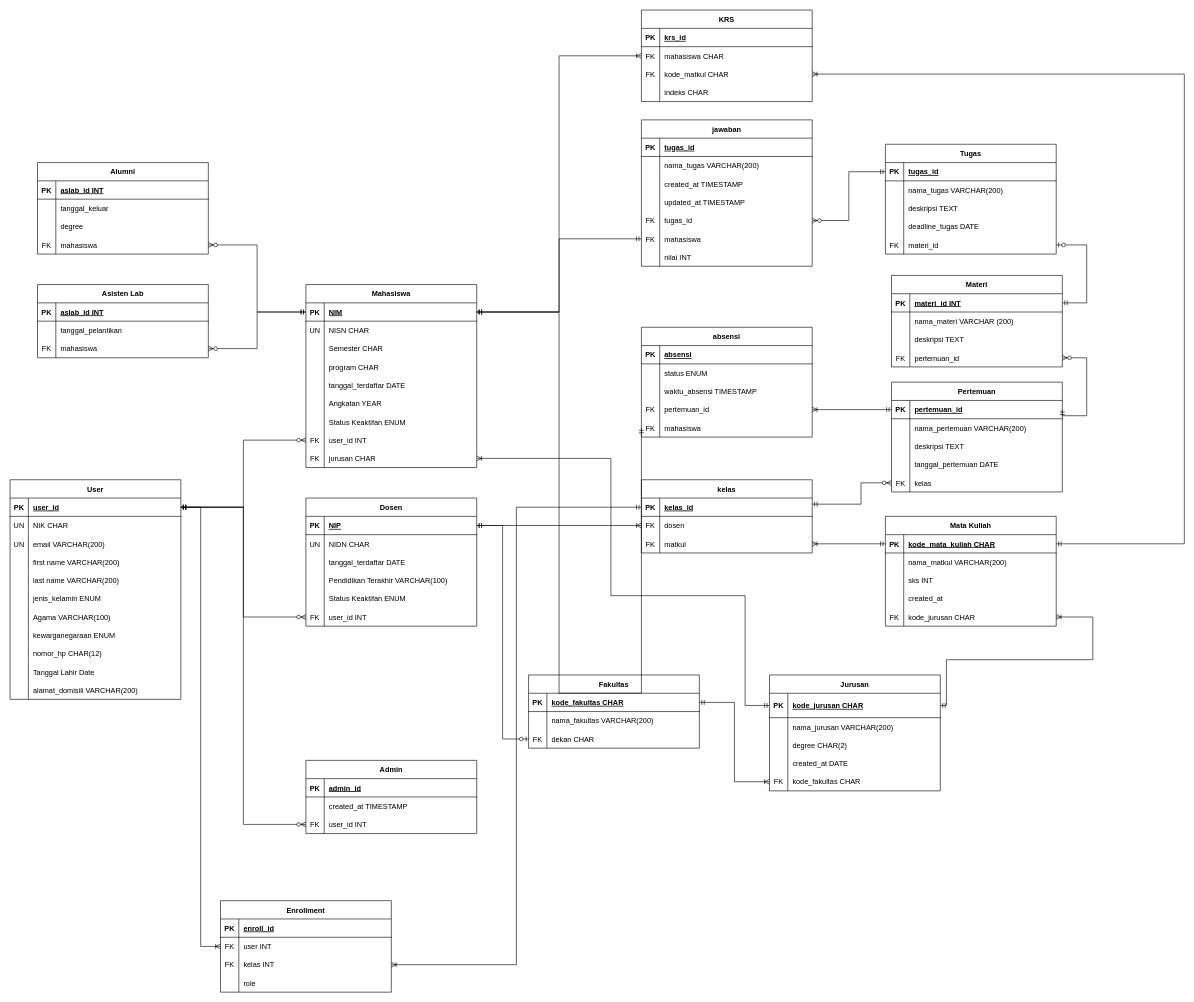
Earlier version of the draw.io diagram Database/newRelationship.drawio (DzakiyDzakwan/TubesSBD). Source tidied: cells renumbered, new cells numbered last; positions are measured from the earlier drawing's top-left corner, leaving out a move shared by most shapes. Both pictures are drawn from the tidied source at 61%, with x=0, y=0 at pixel (10, 10).
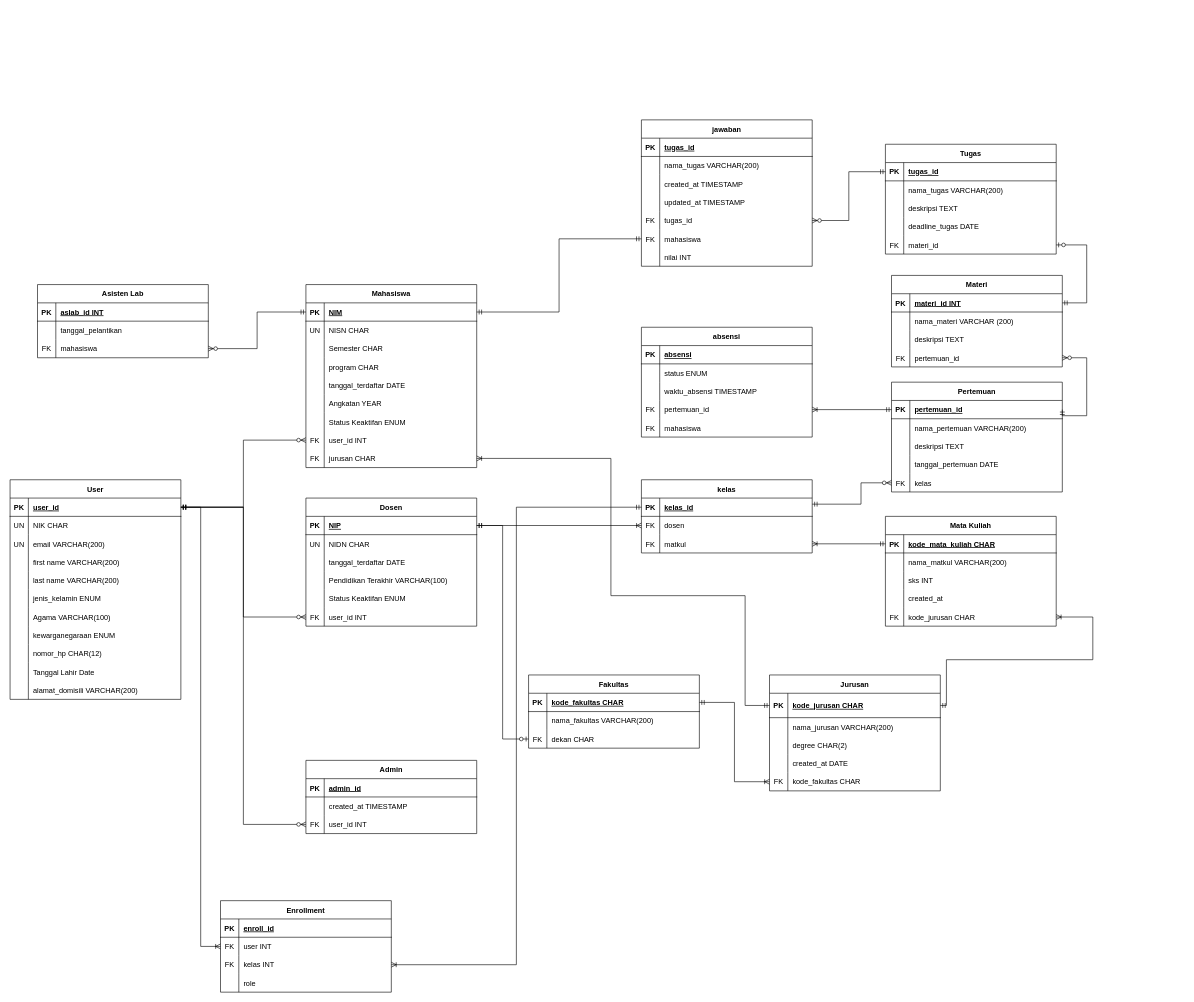
The same diagram, later.

Unchanged cells that the change refers to:
```xml
<mxCell id="56" style="shape=partialRectangle;fillColor=none;points=[[0,0.5],[1,0.5]];portConstraint=eastwest;top=0;left=0;right=0;bottom=1;" parent="55" vertex="1">
  <mxGeometry y="30" width="280" height="30" as="geometry" />
</mxCell>
<mxCell id="139" style="shape=partialRectangle;fillColor=none;points=[[0,0.5],[1,0.5]];portConstraint=eastwest;top=0;left=0;right=0;bottom=1;" parent="138" vertex="1">
  <mxGeometry y="30" width="280" height="30" as="geometry" />
</mxCell>
<mxCell id="206" style="shape=partialRectangle;fillColor=none;points=[[0,0.5],[1,0.5]];portConstraint=eastwest;top=0;left=0;right=0;bottom=0;" parent="193" vertex="1">
  <mxGeometry y="150" width="280" height="30" as="geometry" />
</mxCell>
```

Change to the diagram source:
```diff
@@
-    <mxCell id="180" value="Alumni" style="shape=table;startSize=30;childLayout=tableLayout;rowLines=0;fontStyle=1;align=center;" parent="1" vertex="1">
-      <mxGeometry x="45" y="250" width="280" height="150" as="geometry" />
-    </mxCell>
-    <mxCell id="181" style="shape=partialRectangle;fillColor=none;top=0;left=0;right=0;bottom=1;" parent="180" vertex="1">
-      <mxGeometry y="30" width="280" height="30" as="geometry" />
-    </mxCell>
-    <mxCell id="182" value="PK" style="shape=partialRectangle;overflow=hidden;fillColor=none;top=0;left=0;bottom=0;right=0;fontStyle=1;" parent="181" vertex="1">
-      <mxGeometry width="30" height="30" as="geometry" />
-    </mxCell>
-    <mxCell id="183" value="aslab_id INT" style="shape=partialRectangle;overflow=hidden;fillColor=none;top=0;left=0;bottom=0;right=0;align=left;spacingLeft=6;fontStyle=5;" parent="181" vertex="1">
-      <mxGeometry x="30" width="250" height="30" as="geometry" />
-    </mxCell>
-    <mxCell id="184" style="shape=partialRectangle;fillColor=none;top=0;left=0;right=0;bottom=0;" parent="180" vertex="1">
-      <mxGeometry y="60" width="280" height="30" as="geometry" />
-    </mxCell>
-    <mxCell id="185" style="shape=partialRectangle;overflow=hidden;fillColor=none;top=0;left=0;bottom=0;right=0;" parent="184" vertex="1">
-      <mxGeometry width="30" height="30" as="geometry" />
-    </mxCell>
-    <mxCell id="186" value="tanggal_keluar" style="shape=partialRectangle;overflow=hidden;fillColor=none;top=0;left=0;bottom=0;right=0;align=left;spacingLeft=6;" parent="184" vertex="1">
-      <mxGeometry x="30" width="250" height="30" as="geometry" />
-    </mxCell>
-    <mxCell id="187" style="shape=partialRectangle;fillColor=none;top=0;left=0;right=0;bottom=0;" parent="180" vertex="1">
-      <mxGeometry y="90" width="280" height="30" as="geometry" />
-    </mxCell>
-    <mxCell id="188" style="shape=partialRectangle;overflow=hidden;fillColor=none;top=0;left=0;bottom=0;right=0;" parent="187" vertex="1">
-      <mxGeometry width="30" height="30" as="geometry" />
-    </mxCell>
-    <mxCell id="189" value="degree" style="shape=partialRectangle;overflow=hidden;fillColor=none;top=0;left=0;bottom=0;right=0;align=left;spacingLeft=6;" parent="187" vertex="1">
-      <mxGeometry x="30" width="250" height="30" as="geometry" />
-    </mxCell>
-    <mxCell id="190" style="shape=partialRectangle;fillColor=none;points=[[0,0.5],[1,0.5]];portConstraint=eastwest;top=0;left=0;right=0;bottom=0;" parent="180" vertex="1">
-      <mxGeometry y="120" width="280" height="30" as="geometry" />
-    </mxCell>
-    <mxCell id="191" value="FK" style="shape=partialRectangle;overflow=hidden;fillColor=none;top=0;left=0;bottom=0;right=0;" parent="190" vertex="1">
-      <mxGeometry width="30" height="30" as="geometry" />
-    </mxCell>
-    <mxCell id="192" value="mahasiswa" style="shape=partialRectangle;overflow=hidden;fillColor=none;top=0;left=0;bottom=0;right=0;align=left;spacingLeft=6;" parent="190" vertex="1">
-      <mxGeometry x="30" width="250" height="30" as="geometry" />
-    </mxCell>
@@
-    <mxCell id="222" value="KRS" style="shape=table;startSize=30;childLayout=tableLayout;rowLines=0;fontStyle=1;align=center;" parent="1" vertex="1">
-      <mxGeometry x="1035" width="280" height="150" as="geometry" />
-    </mxCell>
-    <mxCell id="223" style="shape=partialRectangle;fillColor=none;top=0;left=0;right=0;bottom=1;" parent="222" vertex="1">
-      <mxGeometry y="30" width="280" height="30" as="geometry" />
-    </mxCell>
-    <mxCell id="224" value="PK" style="shape=partialRectangle;overflow=hidden;fillColor=none;top=0;left=0;bottom=0;right=0;fontStyle=1;" parent="223" vertex="1">
-      <mxGeometry width="30" height="30" as="geometry" />
-    </mxCell>
-    <mxCell id="225" value="krs_id" style="shape=partialRectangle;overflow=hidden;fillColor=none;top=0;left=0;bottom=0;right=0;align=left;spacingLeft=6;fontStyle=5;" parent="223" vertex="1">
-      <mxGeometry x="30" width="250" height="30" as="geometry" />
-    </mxCell>
-    <mxCell id="226" style="shape=partialRectangle;fillColor=none;points=[[0,0.5],[1,0.5]];portConstraint=eastwest;top=0;left=0;right=0;bottom=0;" parent="222" vertex="1">
-      <mxGeometry y="60" width="280" height="30" as="geometry" />
-    </mxCell>
-    <mxCell id="227" value="FK" style="shape=partialRectangle;overflow=hidden;fillColor=none;top=0;left=0;bottom=0;right=0;" parent="226" vertex="1">
-      <mxGeometry width="30" height="30" as="geometry" />
-    </mxCell>
-    <mxCell id="228" value="mahasiswa CHAR" style="shape=partialRectangle;overflow=hidden;fillColor=none;top=0;left=0;bottom=0;right=0;align=left;spacingLeft=6;" parent="226" vertex="1">
-      <mxGeometry x="30" width="250" height="30" as="geometry" />
-    </mxCell>
-    <mxCell id="229" style="shape=partialRectangle;fillColor=none;points=[[0,0.5],[1,0.5]];portConstraint=eastwest;top=0;left=0;right=0;bottom=0;" parent="222" vertex="1">
-      <mxGeometry y="90" width="280" height="30" as="geometry" />
-    </mxCell>
-    <mxCell id="230" value="FK" style="shape=partialRectangle;overflow=hidden;fillColor=none;top=0;left=0;bottom=0;right=0;" parent="229" vertex="1">
-      <mxGeometry width="30" height="30" as="geometry" />
-    </mxCell>
-    <mxCell id="231" value="kode_matkul CHAR" style="shape=partialRectangle;overflow=hidden;fillColor=none;top=0;left=0;bottom=0;right=0;align=left;spacingLeft=6;" parent="229" vertex="1">
-      <mxGeometry x="30" width="250" height="30" as="geometry" />
-    </mxCell>
-    <mxCell id="232" style="shape=partialRectangle;fillColor=none;top=0;left=0;right=0;bottom=0;" parent="222" vertex="1">
-      <mxGeometry y="120" width="280" height="30" as="geometry" />
-    </mxCell>
-    <mxCell id="233" style="shape=partialRectangle;overflow=hidden;fillColor=none;top=0;left=0;bottom=0;right=0;" parent="232" vertex="1">
-      <mxGeometry width="30" height="30" as="geometry" />
-    </mxCell>
-    <mxCell id="234" value="indeks CHAR" style="shape=partialRectangle;overflow=hidden;fillColor=none;top=0;left=0;bottom=0;right=0;align=left;spacingLeft=6;" parent="232" vertex="1">
-      <mxGeometry x="30" width="250" height="30" as="geometry" />
-    </mxCell>
@@
-    <mxCell id="271" style="fontSize=12;html=1;endArrow=ERzeroToMany;startArrow=ERmandOne;rounded=0;entryX=1;entryY=0.5;entryDx=0;entryDy=0;edgeStyle=orthogonalEdgeStyle;exitX=0;exitY=0.5;exitDx=0;exitDy=0;" parent="1" edge="1" source="56" target="190">
-      <mxGeometry relative="1" as="geometry" />
-    </mxCell>
@@
-    <mxCell id="290" style="edgeStyle=orthogonalEdgeStyle;fontSize=12;html=1;endArrow=ERmandOne;startArrow=ERmandOne;rounded=0;entryX=0;entryY=0.5;entryDx=0;entryDy=0;" parent="1" edge="1" source="56" target="206">
-      <mxGeometry relative="1" as="geometry">
-        <Array as="points">
-          <mxPoint x="900" y="495" />
-          <mxPoint x="900" y="1120" />
-          <mxPoint x="1035" y="1120" />
-        </Array>
-      </mxGeometry>
-    </mxCell>
@@
-    <mxCell id="296" style="edgeStyle=orthogonalEdgeStyle;fontSize=12;html=1;endArrow=ERoneToMany;startArrow=ERmandOne;rounded=0;exitX=1;exitY=0.5;exitDx=0;exitDy=0;entryX=0;entryY=0.5;entryDx=0;entryDy=0;" parent="1" edge="1" source="56" target="226">
-      <mxGeometry relative="1" as="geometry" />
-    </mxCell>
-    <mxCell id="297" style="edgeStyle=orthogonalEdgeStyle;fontSize=12;html=1;endArrow=ERoneToMany;startArrow=ERmandOne;rounded=0;exitX=1;exitY=0.5;exitDx=0;exitDy=0;" parent="1" edge="1" source="139" target="229">
-      <mxGeometry relative="1" as="geometry">
-        <Array as="points">
-          <mxPoint x="1925" y="875" />
-          <mxPoint x="1925" y="105" />
-        </Array>
-      </mxGeometry>
-    </mxCell>
```
